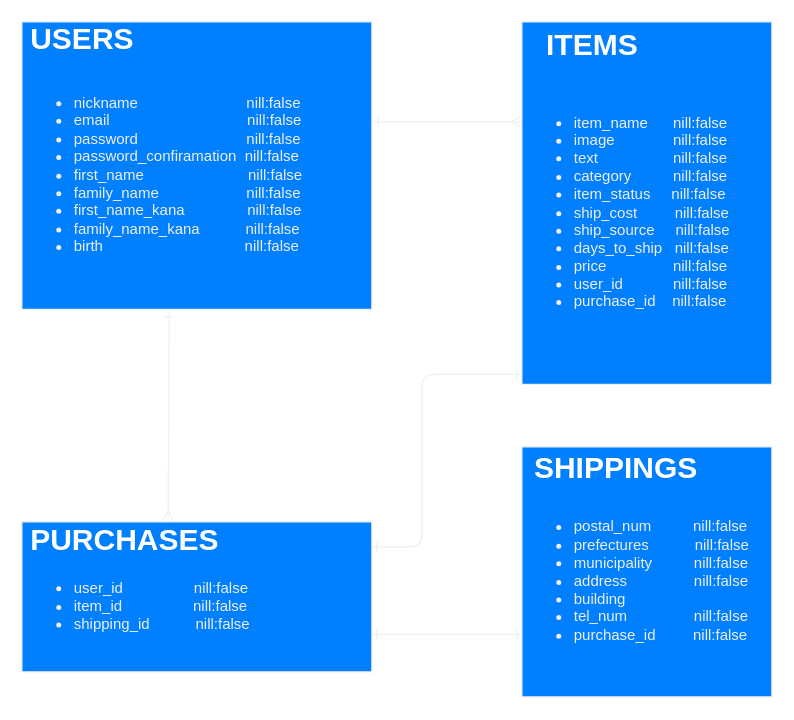
Earlier version of the draw.io diagram er.dio (ryusen1000/furima-35197). Source tidied: cells renumbered, new cells numbered last; positions are measured from the earlier drawing's top-left corner, leaving out a move shared by most shapes. Both pictures are drawn from the tidied source at 125%, with x=0, y=0 at pixel (21, 21).
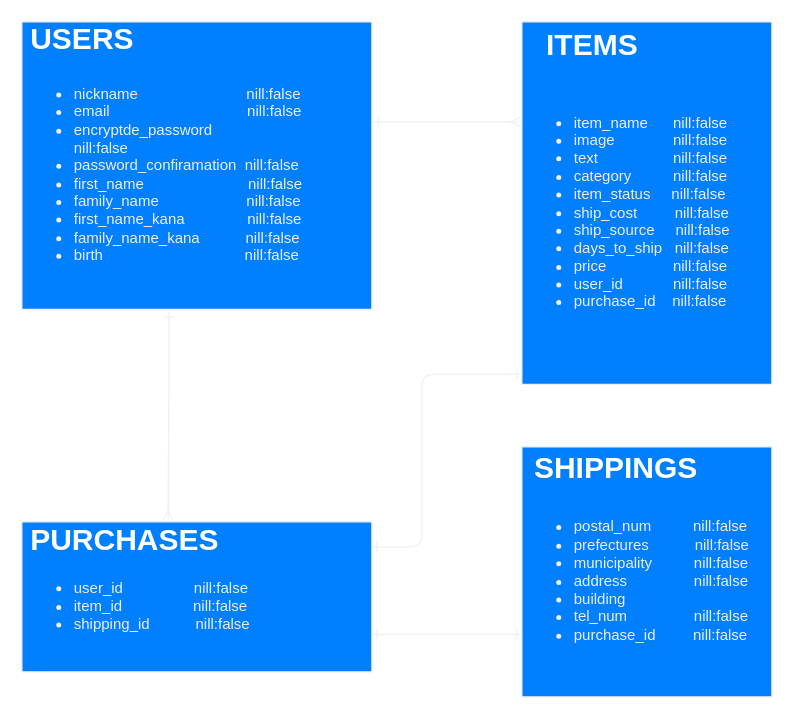
The same page after the edit.

Change to the diagram source:
```diff
@@
 <mxGraphModel>
   <root>
     <mxCell id="0" />
     <mxCell id="1" parent="0" />
-    <mxCell id="2" value="&lt;div&gt;&lt;br&gt;&lt;/div&gt;&lt;ul&gt;&lt;li&gt;nickname&amp;nbsp; &amp;nbsp; &amp;nbsp; &amp;nbsp; &amp;nbsp; &amp;nbsp; &amp;nbsp; &amp;nbsp; &amp;nbsp; &amp;nbsp; &amp;nbsp; &amp;nbsp; &amp;nbsp; nill:false&lt;/li&gt;&lt;li&gt;email&amp;nbsp; &amp;nbsp; &amp;nbsp; &amp;nbsp; &amp;nbsp; &amp;nbsp; &amp;nbsp; &amp;nbsp; &amp;nbsp; &amp;nbsp; &amp;nbsp; &amp;nbsp; &amp;nbsp; &amp;nbsp; &amp;nbsp; &amp;nbsp; &amp;nbsp;nill:false&lt;/li&gt;&lt;li&gt;password&amp;nbsp; &amp;nbsp; &amp;nbsp; &amp;nbsp; &amp;nbsp; &amp;nbsp; &amp;nbsp; &amp;nbsp; &amp;nbsp; &amp;nbsp; &amp;nbsp; &amp;nbsp; &amp;nbsp; nill:false&lt;/li&gt;&lt;li&gt;password_confiramation&amp;nbsp; nill:false&lt;/li&gt;&lt;li&gt;first_name&amp;nbsp; &amp;nbsp; &amp;nbsp; &amp;nbsp; &amp;nbsp; &amp;nbsp; &amp;nbsp; &amp;nbsp; &amp;nbsp; &amp;nbsp; &amp;nbsp; &amp;nbsp; &amp;nbsp;nill:false&lt;/li&gt;&lt;li&gt;family_name&amp;nbsp; &amp;nbsp; &amp;nbsp; &amp;nbsp; &amp;nbsp; &amp;nbsp; &amp;nbsp; &amp;nbsp; &amp;nbsp; &amp;nbsp; &amp;nbsp;nill:false&lt;/li&gt;&lt;li&gt;first_name_kana&amp;nbsp; &amp;nbsp; &amp;nbsp; &amp;nbsp; &amp;nbsp; &amp;nbsp; &amp;nbsp; &amp;nbsp;nill:false&lt;/li&gt;&lt;li&gt;family_name_kana&amp;nbsp; &amp;nbsp; &amp;nbsp; &amp;nbsp; &amp;nbsp; &amp;nbsp;nill:false&lt;/li&gt;&lt;li&gt;birth&amp;nbsp; &amp;nbsp; &amp;nbsp; &amp;nbsp; &amp;nbsp; &amp;nbsp; &amp;nbsp; &amp;nbsp; &amp;nbsp; &amp;nbsp; &amp;nbsp; &amp;nbsp; &amp;nbsp; &amp;nbsp; &amp;nbsp; &amp;nbsp; &amp;nbsp; nill:false&lt;/li&gt;&lt;/ul&gt;" style="text;html=1;whiteSpace=wrap;verticalAlign=middle;overflow=hidden;strokeColor=#f0f0f0;fillColor=#007FFF;fontColor=#F0F0F0;" parent="1" vertex="1">
+    <mxCell id="2" value="&lt;div&gt;&lt;br&gt;&lt;/div&gt;&lt;ul&gt;&lt;li&gt;nickname&amp;nbsp; &amp;nbsp; &amp;nbsp; &amp;nbsp; &amp;nbsp; &amp;nbsp; &amp;nbsp; &amp;nbsp; &amp;nbsp; &amp;nbsp; &amp;nbsp; &amp;nbsp; &amp;nbsp; nill:false&lt;/li&gt;&lt;li&gt;email&amp;nbsp; &amp;nbsp; &amp;nbsp; &amp;nbsp; &amp;nbsp; &amp;nbsp; &amp;nbsp; &amp;nbsp; &amp;nbsp; &amp;nbsp; &amp;nbsp; &amp;nbsp; &amp;nbsp; &amp;nbsp; &amp;nbsp; &amp;nbsp; &amp;nbsp;nill:false&lt;/li&gt;&lt;li&gt;encryptde_password&amp;nbsp; &amp;nbsp; &amp;nbsp; &amp;nbsp; &amp;nbsp; &amp;nbsp; &amp;nbsp; &amp;nbsp; &amp;nbsp; &amp;nbsp; &amp;nbsp; &amp;nbsp; &amp;nbsp; nill:false&lt;/li&gt;&lt;li&gt;password_confiramation&amp;nbsp; nill:false&lt;/li&gt;&lt;li&gt;first_name&amp;nbsp; &amp;nbsp; &amp;nbsp; &amp;nbsp; &amp;nbsp; &amp;nbsp; &amp;nbsp; &amp;nbsp; &amp;nbsp; &amp;nbsp; &amp;nbsp; &amp;nbsp; &amp;nbsp;nill:false&lt;/li&gt;&lt;li&gt;family_name&amp;nbsp; &amp;nbsp; &amp;nbsp; &amp;nbsp; &amp;nbsp; &amp;nbsp; &amp;nbsp; &amp;nbsp; &amp;nbsp; &amp;nbsp; &amp;nbsp;nill:false&lt;/li&gt;&lt;li&gt;first_name_kana&amp;nbsp; &amp;nbsp; &amp;nbsp; &amp;nbsp; &amp;nbsp; &amp;nbsp; &amp;nbsp; &amp;nbsp;nill:false&lt;/li&gt;&lt;li&gt;family_name_kana&amp;nbsp; &amp;nbsp; &amp;nbsp; &amp;nbsp; &amp;nbsp; &amp;nbsp;nill:false&lt;/li&gt;&lt;li&gt;birth&amp;nbsp; &amp;nbsp; &amp;nbsp; &amp;nbsp; &amp;nbsp; &amp;nbsp; &amp;nbsp; &amp;nbsp; &amp;nbsp; &amp;nbsp; &amp;nbsp; &amp;nbsp; &amp;nbsp; &amp;nbsp; &amp;nbsp; &amp;nbsp; &amp;nbsp; nill:false&lt;/li&gt;&lt;/ul&gt;" style="text;html=1;whiteSpace=wrap;verticalAlign=middle;overflow=hidden;strokeColor=#f0f0f0;fillColor=#007FFF;fontColor=#F0F0F0;" parent="1" vertex="1">
       <mxGeometry width="280" height="230" as="geometry" />
     </mxCell>
     <mxCell id="3" value="USERS" style="text;strokeColor=none;fillColor=none;html=1;fontSize=24;fontStyle=1;verticalAlign=middle;align=center;fontColor=#FFFFFF;" parent="2" vertex="1">
       <mxGeometry width="96.6" height="27.1" as="geometry" />
     </mxCell>
     <mxCell id="4" style="edgeStyle=orthogonalEdgeStyle;rounded=0;orthogonalLoop=1;jettySize=auto;html=1;exitX=0.5;exitY=1;exitDx=0;exitDy=0;" parent="1" edge="1" source="2" target="2">
       <mxGeometry relative="1" as="geometry" />
     </mxCell>
     <mxCell id="5" value="&lt;div&gt;&lt;br&gt;&lt;/div&gt;&lt;ul&gt;&lt;li&gt;item_name&amp;nbsp; &amp;nbsp; &amp;nbsp; nill:false&lt;/li&gt;&lt;li&gt;image&amp;nbsp; &amp;nbsp; &amp;nbsp; &amp;nbsp; &amp;nbsp; &amp;nbsp; &amp;nbsp; nill:false&lt;/li&gt;&lt;li&gt;text&amp;nbsp; &amp;nbsp; &amp;nbsp; &amp;nbsp; &amp;nbsp; &amp;nbsp; &amp;nbsp; &amp;nbsp; &amp;nbsp; nill:false&lt;/li&gt;&lt;li&gt;category&amp;nbsp; &amp;nbsp; &amp;nbsp; &amp;nbsp; &amp;nbsp; nill:false&lt;/li&gt;&lt;li&gt;item_status&amp;nbsp; &amp;nbsp; &amp;nbsp;nill:false&lt;/li&gt;&lt;li&gt;ship_cost&amp;nbsp; &amp;nbsp; &amp;nbsp; &amp;nbsp; &amp;nbsp;nill:false&lt;/li&gt;&lt;li&gt;ship_source&amp;nbsp; &amp;nbsp; &amp;nbsp;nill:false&lt;/li&gt;&lt;li&gt;days_to_ship&amp;nbsp; &amp;nbsp;nill:false&lt;/li&gt;&lt;li&gt;price&amp;nbsp; &amp;nbsp; &amp;nbsp; &amp;nbsp; &amp;nbsp; &amp;nbsp; &amp;nbsp; &amp;nbsp; nill:false&lt;/li&gt;&lt;li&gt;user_id&amp;nbsp; &amp;nbsp; &amp;nbsp; &amp;nbsp; &amp;nbsp; &amp;nbsp; nill:false&lt;/li&gt;&lt;li&gt;purchase_id&amp;nbsp; &amp;nbsp; nill:false&lt;/li&gt;&lt;/ul&gt;" style="text;html=1;whiteSpace=wrap;verticalAlign=middle;overflow=hidden;strokeColor=#f0f0f0;fillColor=#007FFF;fontColor=#F0F0F0;" parent="1" vertex="1">
       <mxGeometry x="400" width="200" height="290" as="geometry" />
     </mxCell>
     <mxCell id="6" value="ITEMS" style="text;strokeColor=none;fillColor=none;html=1;fontSize=24;fontStyle=1;verticalAlign=middle;align=center;fontColor=#FFFFFF;" parent="5" vertex="1">
       <mxGeometry width="111.1" height="38.7" as="geometry" />
     </mxCell>
     <mxCell id="7" value="&lt;div&gt;&lt;br&gt;&lt;/div&gt;&lt;ul&gt;&lt;li&gt;user_id&amp;nbsp; &amp;nbsp; &amp;nbsp; &amp;nbsp; &amp;nbsp; &amp;nbsp; &amp;nbsp; &amp;nbsp; &amp;nbsp;nill:false&lt;/li&gt;&lt;li&gt;item_id&amp;nbsp; &amp;nbsp; &amp;nbsp; &amp;nbsp; &amp;nbsp; &amp;nbsp; &amp;nbsp; &amp;nbsp; &amp;nbsp;nill:false&lt;/li&gt;&lt;li&gt;shipping_id&amp;nbsp; &amp;nbsp; &amp;nbsp; &amp;nbsp; &amp;nbsp; &amp;nbsp;nill:false&lt;/li&gt;&lt;/ul&gt;" style="text;html=1;whiteSpace=wrap;verticalAlign=middle;overflow=hidden;strokeColor=#f0f0f0;fillColor=#007FFF;fontColor=#F0F0F0;" parent="1" vertex="1">
       <mxGeometry y="400" width="280" height="120" as="geometry" />
     </mxCell>
     <mxCell id="8" value="PURCHASES" style="text;strokeColor=none;fillColor=none;html=1;fontSize=24;fontStyle=1;verticalAlign=middle;align=center;fontColor=#FFFFFF;" parent="7" vertex="1">
       <mxGeometry width="164.1" height="30" as="geometry" />
     </mxCell>
     <mxCell id="9" value="&lt;div&gt;&lt;br&gt;&lt;/div&gt;&lt;ul&gt;&lt;li&gt;postal_num&amp;nbsp; &amp;nbsp; &amp;nbsp; &amp;nbsp; &amp;nbsp; nill:false&lt;/li&gt;&lt;li&gt;prefectures&amp;nbsp; &amp;nbsp; &amp;nbsp; &amp;nbsp; &amp;nbsp; &amp;nbsp;nill:false&lt;/li&gt;&lt;li&gt;municipality&amp;nbsp; &amp;nbsp; &amp;nbsp; &amp;nbsp; &amp;nbsp; nill:false&lt;/li&gt;&lt;li&gt;address&amp;nbsp; &amp;nbsp; &amp;nbsp; &amp;nbsp; &amp;nbsp; &amp;nbsp; &amp;nbsp; &amp;nbsp; nill:false&lt;/li&gt;&lt;li&gt;building&lt;/li&gt;&lt;li&gt;tel_num&amp;nbsp; &amp;nbsp; &amp;nbsp; &amp;nbsp; &amp;nbsp; &amp;nbsp; &amp;nbsp; &amp;nbsp; nill:false&lt;/li&gt;&lt;li&gt;purchase_id&amp;nbsp; &amp;nbsp; &amp;nbsp; &amp;nbsp; &amp;nbsp;nill:false&lt;/li&gt;&lt;/ul&gt;" style="text;html=1;whiteSpace=wrap;verticalAlign=middle;overflow=hidden;strokeColor=#f0f0f0;fillColor=#007FFF;fontColor=#F0F0F0;" parent="1" vertex="1">
       <mxGeometry x="400" y="340" width="200" height="200" as="geometry" />
     </mxCell>
     <mxCell id="10" value="SHIPPINGS" style="text;strokeColor=none;fillColor=none;html=1;fontSize=24;fontStyle=1;verticalAlign=middle;align=center;fontColor=#FFFFFF;" parent="9" vertex="1">
       <mxGeometry width="150" height="33.3" as="geometry" />
     </mxCell>
     <mxCell id="11" style="endArrow=ERmany;html=1;strokeWidth=1;startArrow=ERone;startFill=0;endFill=0;exitX=1.004;exitY=0.348;exitDx=0;exitDy=0;exitPerimeter=0;strokeColor=#F0F0F0;" parent="1" edge="1" source="2">
       <mxGeometry relative="1" as="geometry">
         <mxPoint x="399" y="80" as="targetPoint" />
       </mxGeometry>
     </mxCell>
     <mxCell id="12" style="endArrow=ERone;html=1;strokeWidth=1;startArrow=ERone;startFill=0;endFill=0;strokeColor=#F0F0F0;" parent="1" edge="1">
       <mxGeometry relative="1" as="geometry">
         <mxPoint x="280" y="420" as="sourcePoint" />
         <mxPoint x="400" y="282" as="targetPoint" />
         <Array as="points">
           <mxPoint x="320" y="420" />
           <mxPoint x="320" y="282" />
         </Array>
       </mxGeometry>
     </mxCell>
     <mxCell id="13" style="endArrow=ERone;html=1;strokeWidth=1;startArrow=ERone;startFill=0;endFill=0;strokeColor=#F0F0F0;" parent="1" edge="1">
       <mxGeometry relative="1" as="geometry">
         <mxPoint x="280" y="490" as="sourcePoint" />
         <mxPoint x="400" y="490" as="targetPoint" />
       </mxGeometry>
     </mxCell>
     <mxCell id="14" style="endArrow=ERone;html=1;strokeWidth=1;startArrow=ERmany;startFill=0;endFill=0;strokeColor=#F0F0F0;exitX=0.713;exitY=-0.033;exitDx=0;exitDy=0;entryX=0.421;entryY=1.009;entryDx=0;entryDy=0;entryPerimeter=0;exitPerimeter=0;" parent="1" edge="1" source="8" target="2">
       <mxGeometry relative="1" as="geometry" />
     </mxCell>
   </root>
 </mxGraphModel>
```
